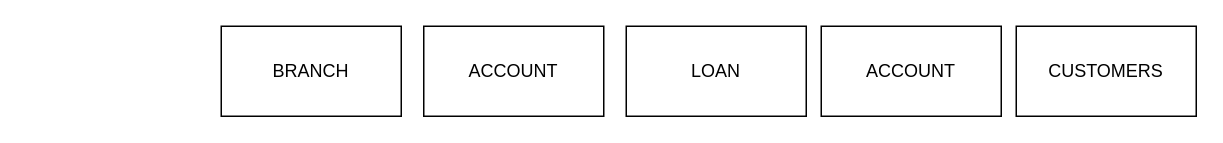
Earlier version of the draw.io diagram Untitled Diagram.drawio (Anurag404OpenSourceRules/Bank-Management-System-ERD). Source tidied: cells renumbered, new cells numbered last; positions are measured from the earlier drawing's top-left corner, leaving out a move shared by most shapes. Both pictures are drawn from the tidied source at 150%, with x=0, y=0 at pixel (220, 26).
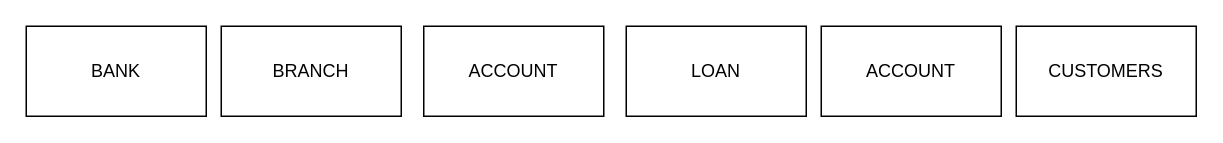
After the change.

Commit message:
added bank to the list of entities

Change to the diagram source:
```diff
@@
 <mxGraphModel>
   <root>
     <mxCell id="0" />
     <mxCell id="1" parent="0" />
     <mxCell id="2" value="BRANCH" style="rounded=0;whiteSpace=wrap;html=1;" parent="1" vertex="1">
       <mxGeometry width="120" height="60" as="geometry" />
     </mxCell>
     <mxCell id="3" value="ACCOUNT" style="rounded=0;whiteSpace=wrap;html=1;" parent="1" vertex="1">
       <mxGeometry x="135" width="120" height="60" as="geometry" />
     </mxCell>
     <mxCell id="4" value="LOAN" style="rounded=0;whiteSpace=wrap;html=1;" parent="1" vertex="1">
       <mxGeometry x="270" width="120" height="60" as="geometry" />
     </mxCell>
     <mxCell id="5" value="ACCOUNT" style="rounded=0;whiteSpace=wrap;html=1;" parent="1" vertex="1">
       <mxGeometry x="400" width="120" height="60" as="geometry" />
     </mxCell>
     <mxCell id="6" value="CUSTOMERS" style="rounded=0;whiteSpace=wrap;html=1;" parent="1" vertex="1">
       <mxGeometry x="530" width="120" height="60" as="geometry" />
     </mxCell>
+    <mxCell id="7" value="BANK" style="rounded=0;whiteSpace=wrap;html=1;" parent="1" vertex="1">
+      <mxGeometry x="-130" width="120" height="60" as="geometry" />
+    </mxCell>
   </root>
 </mxGraphModel>
```
